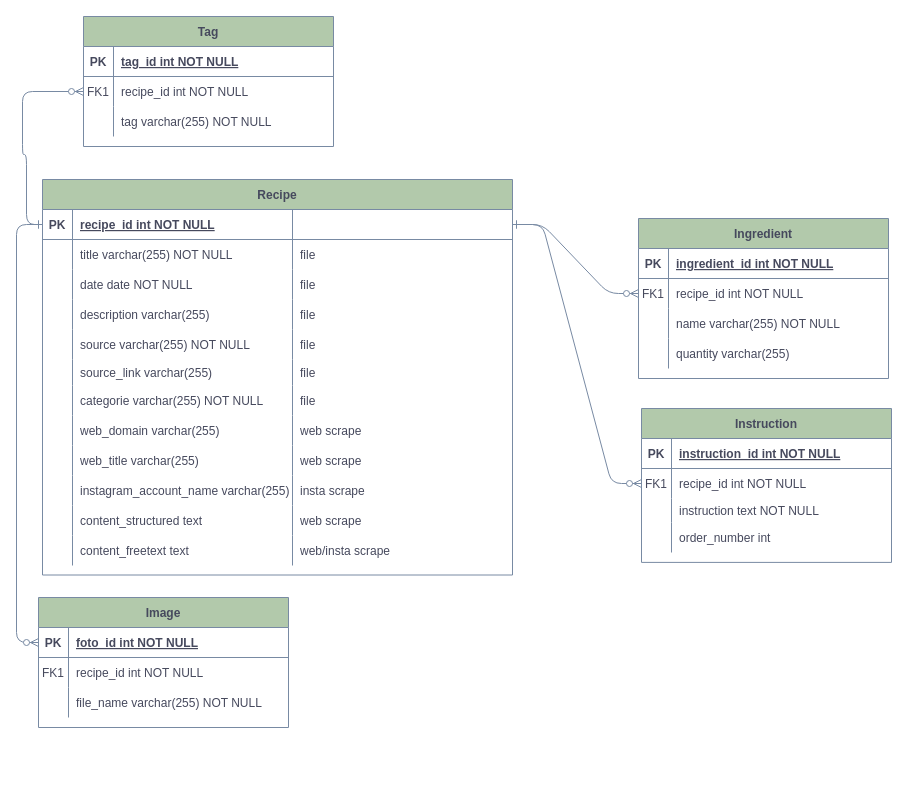
This is er-diagram.drawio from Janek7/recipes, a draw.io file, before an edit. Source tidied: cells renumbered, new cells numbered last; positions are measured from the earlier drawing's top-left corner, leaving out a move shared by most shapes. Both pictures are drawn from the tidied source at 100%, with x=0, y=0 at pixel (16, 16).
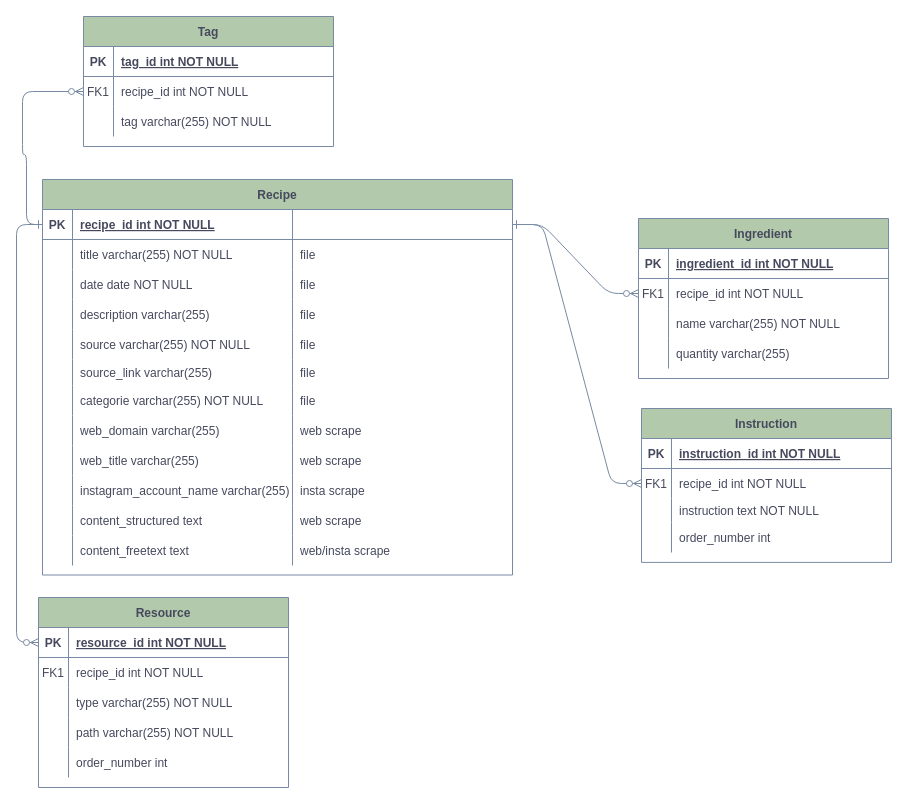
Above is the later version.

Commit message:
refactor Image class to Resource class (drawio)

Unchanged cells that the change refers to:
```xml
<mxCell id="66" style="shape=partialRectangle;fillColor=none;points=[[0,0.5],[1,0.5]];portConstraint=eastwest;top=0;left=0;right=0;bottom=1;labelBackgroundColor=none;strokeColor=#788AA3;fontColor=#46495D;" parent="65" vertex="1">
  <mxGeometry y="30" width="250" height="30" as="geometry" />
</mxCell>
```

The edit, as a diff of the source:
```diff
@@
-    <mxCell id="65" value="Image" style="shape=table;startSize=30;childLayout=tableLayout;rowLines=0;fontStyle=1;align=center;labelBackgroundColor=none;fillColor=#B2C9AB;strokeColor=#788AA3;fontColor=#46495D;" parent="1" vertex="1">
-      <mxGeometry x="22" y="581" width="250" height="130" as="geometry" />
+    <mxCell id="65" value="Resource" style="shape=table;startSize=30;childLayout=tableLayout;rowLines=0;fontStyle=1;align=center;labelBackgroundColor=none;fillColor=#B2C9AB;strokeColor=#788AA3;fontColor=#46495D;" parent="1" vertex="1">
+      <mxGeometry x="22" y="581" width="250" height="190" as="geometry" />
     </mxCell>
@@
-    <mxCell id="68" value="foto_id int NOT NULL" style="shape=partialRectangle;overflow=hidden;fillColor=none;top=0;left=0;bottom=0;right=0;align=left;spacingLeft=6;fontStyle=5;labelBackgroundColor=none;strokeColor=#788AA3;fontColor=#46495D;" parent="66" vertex="1">
+    <mxCell id="68" value="resource_id int NOT NULL" style="shape=partialRectangle;overflow=hidden;fillColor=none;top=0;left=0;bottom=0;right=0;align=left;spacingLeft=6;fontStyle=5;labelBackgroundColor=none;strokeColor=#788AA3;fontColor=#46495D;" parent="66" vertex="1">
       <mxGeometry x="30" width="220" height="30" as="geometry" />
     </mxCell>
@@
+    <mxCell id="101" style="shape=partialRectangle;fillColor=none;top=0;left=0;right=0;bottom=0;labelBackgroundColor=none;strokeColor=#788AA3;fontColor=#46495D;" parent="65" vertex="1">
+      <mxGeometry y="90" width="250" height="30" as="geometry" />
+    </mxCell>
+    <mxCell id="102" style="shape=partialRectangle;overflow=hidden;fillColor=none;top=0;left=0;bottom=0;right=0;labelBackgroundColor=none;strokeColor=#788AA3;fontColor=#46495D;" parent="101" vertex="1">
+      <mxGeometry width="30" height="30" as="geometry" />
+    </mxCell>
+    <mxCell id="103" value="type varchar(255) NOT NULL" style="shape=partialRectangle;overflow=hidden;fillColor=none;top=0;left=0;bottom=0;right=0;align=left;spacingLeft=6;labelBackgroundColor=none;strokeColor=#788AA3;fontColor=#46495D;" parent="101" vertex="1">
+      <mxGeometry x="30" width="220" height="30" as="geometry" />
+    </mxCell>
     <mxCell id="72" style="shape=partialRectangle;fillColor=none;top=0;left=0;right=0;bottom=0;labelBackgroundColor=none;strokeColor=#788AA3;fontColor=#46495D;" parent="65" vertex="1">
-      <mxGeometry y="90" width="250" height="30" as="geometry" />
+      <mxGeometry y="120" width="250" height="30" as="geometry" />
     </mxCell>
@@
-    <mxCell id="74" value="file_name varchar(255) NOT NULL" style="shape=partialRectangle;overflow=hidden;fillColor=none;top=0;left=0;bottom=0;right=0;align=left;spacingLeft=6;labelBackgroundColor=none;strokeColor=#788AA3;fontColor=#46495D;" parent="72" vertex="1">
+    <mxCell id="74" value="path varchar(255) NOT NULL" style="shape=partialRectangle;overflow=hidden;fillColor=none;top=0;left=0;bottom=0;right=0;align=left;spacingLeft=6;labelBackgroundColor=none;strokeColor=#788AA3;fontColor=#46495D;" parent="72" vertex="1">
       <mxGeometry x="30" width="220" height="30" as="geometry" />
     </mxCell>
+    <mxCell id="104" style="shape=partialRectangle;fillColor=none;top=0;left=0;right=0;bottom=0;labelBackgroundColor=none;strokeColor=#788AA3;fontColor=#46495D;" parent="65" vertex="1">
+      <mxGeometry y="150" width="250" height="30" as="geometry" />
+    </mxCell>
+    <mxCell id="105" style="shape=partialRectangle;overflow=hidden;fillColor=none;top=0;left=0;bottom=0;right=0;labelBackgroundColor=none;strokeColor=#788AA3;fontColor=#46495D;" parent="104" vertex="1">
+      <mxGeometry width="30" height="30" as="geometry" />
+    </mxCell>
+    <mxCell id="106" value="order_number int" style="shape=partialRectangle;overflow=hidden;fillColor=none;top=0;left=0;bottom=0;right=0;align=left;spacingLeft=6;labelBackgroundColor=none;strokeColor=#788AA3;fontColor=#46495D;" parent="104" vertex="1">
+      <mxGeometry x="30" width="220" height="30" as="geometry" />
+    </mxCell>
```
